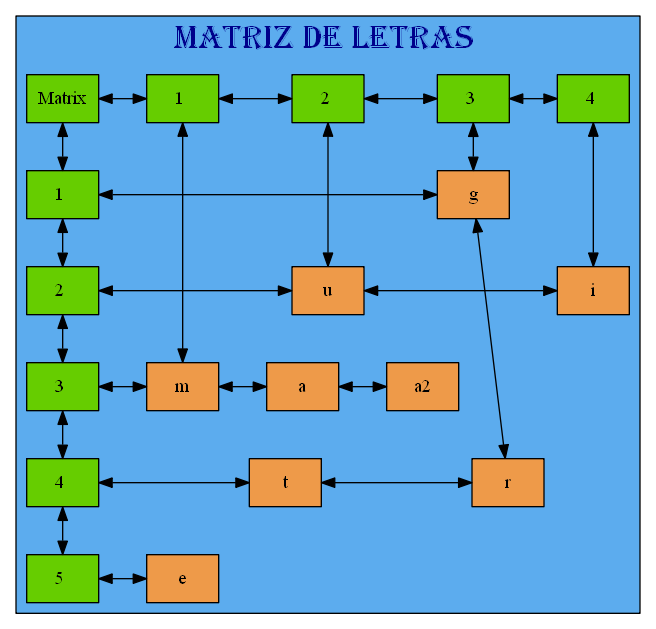
mariotun/EDD_1S2020_PY1_201602942 keeps this Graphviz diagram as Graficas/Table_Juego.dot.png. Above is the earlier version. Its source is kept beside it as Graficas/Table_Juego.dot.
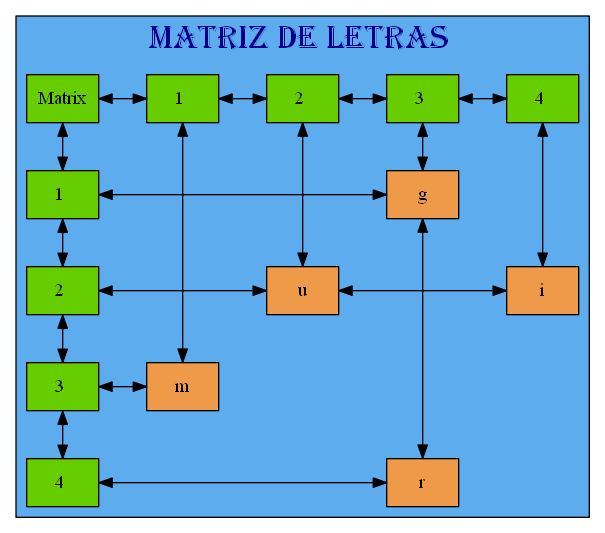
The same diagram one commit later.

Change to the diagram source:
```diff
@@ -23,9 +23,8 @@
 25770345176[label= "1 " style=radial,group=0]
 25770344520[label= "2 " style=radial,group=0]
 25770344936[label= "3 " style=radial,group=0]
-25770346040[label= "4 " style=radial,group=0]
-56[label= "5 " style=radial,group=0]
-mt->25770345176->25770344520->25770344936->25770346040->56[dir=both];
+56[label= "4 " style=radial,group=0]
+mt->25770345176->25770344520->25770344936->56[dir=both];
 
 node[shape=box height=0.5 style=filled fontcolor=black fillcolor= tan2]
 25770344528[label="m" style=radial,group=1];
@@ -48,18 +47,13 @@
 25770345648[label="u"];
 25770345184[label="i"];
 25770344528[label="m"];
-25770344704[label="a"];
-25770345760[label="a2"];
-25770345872[label="t"];
 25770344944[label="r"];
-25770346048[label="e"];
 
 
 {rank=same;25770345176->25770345536[dir=both] }
 {rank=same;25770344520->25770345648->25770345184[dir=both] }
-{rank=same;25770344936->25770344528->25770344704->25770345760[dir=both] }
-{rank=same;25770346040->25770345872->25770344944[dir=both] }
-{rank=same;56->25770346048[dir=both] }
+{rank=same;25770344936->25770344528[dir=both] }
+{rank=same;56->25770344944[dir=both] }
  }
 
 }
```
